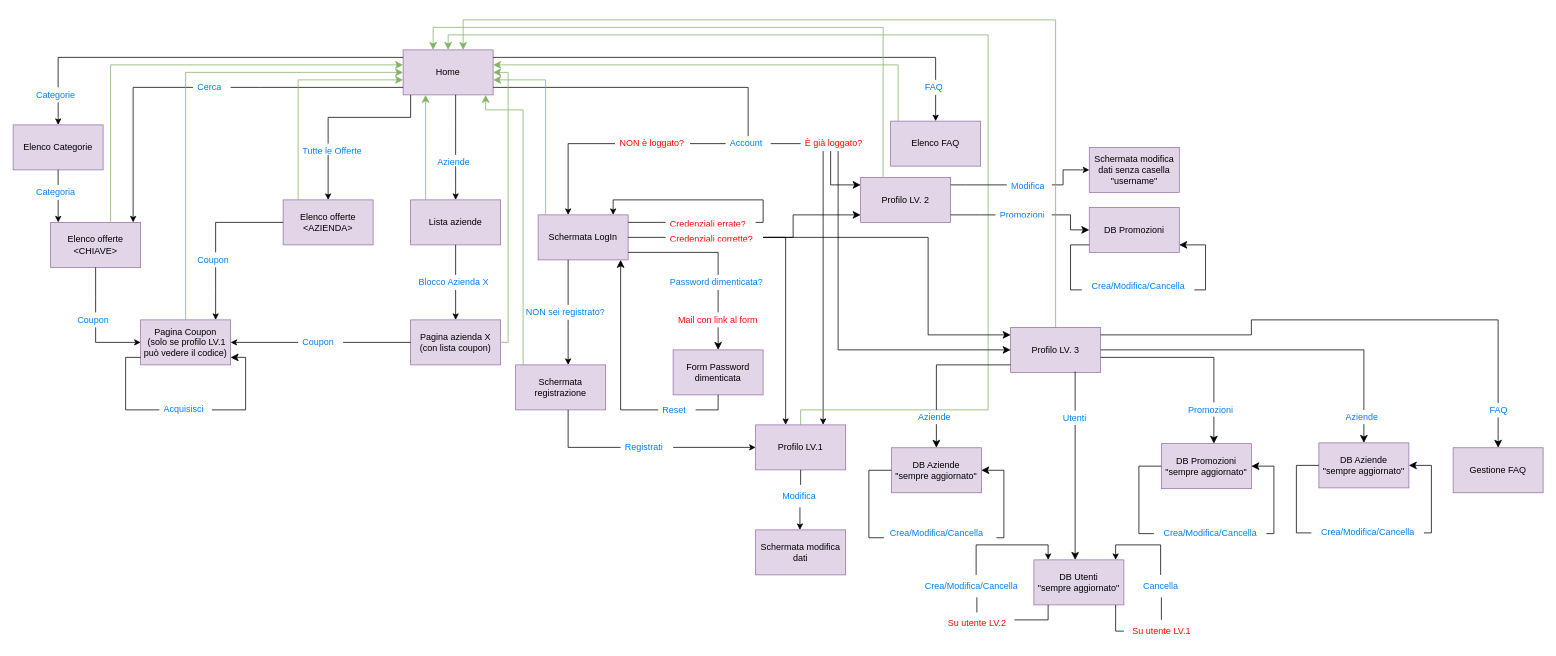
The draw.io diagram SchemaLinkTecWeb.drawio in lorenzozulli/progetto-tecnologie-web, before the edit. Source tidied: cells renumbered, new cells numbered last; positions are measured from the earlier drawing's top-left corner, leaving out a move shared by most shapes. Both pictures are drawn from the tidied source at 75%, with x=0, y=0 at pixel (13, 20).
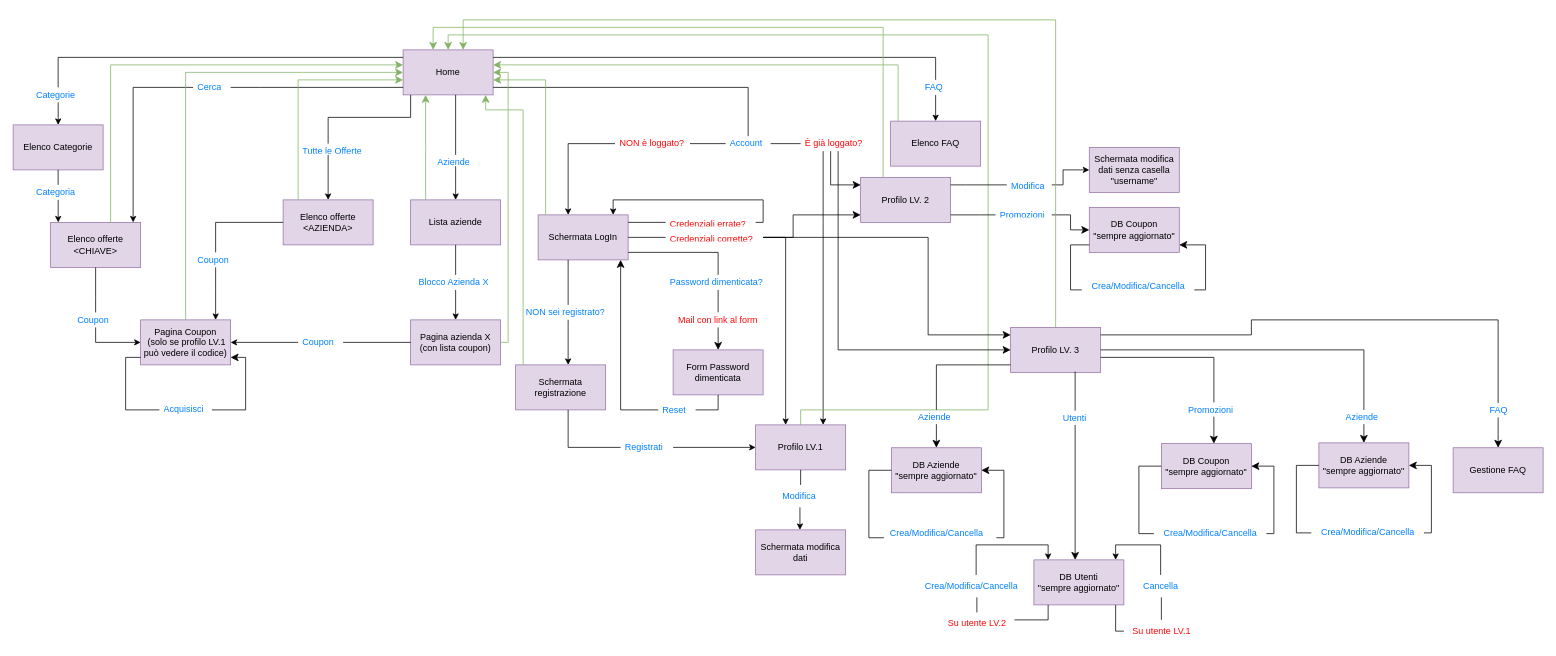
After the change.

Commit message (it also covers changes not shown here):
Aggiunto il DB, modificato lo schema dei link

Diff of the diagram source:
```diff
@@
-    <mxCell id="86" value="&lt;div&gt;DB Promozioni&lt;/div&gt;&lt;div&gt;&quot;sempre aggiornato&quot;&lt;br&gt;&lt;/div&gt;" style="rounded=0;whiteSpace=wrap;html=1;fillColor=#e1d5e7;strokeColor=#9673a6;" parent="1" vertex="1">
+    <mxCell id="86" value="&lt;div&gt;DB Coupon&lt;br&gt;&lt;/div&gt;&lt;div&gt;&quot;sempre aggiornato&quot;&lt;br&gt;&lt;/div&gt;" style="rounded=0;whiteSpace=wrap;html=1;fillColor=#e1d5e7;strokeColor=#9673a6;" parent="1" vertex="1">
       <mxGeometry x="1531" y="565" width="120" height="60" as="geometry" />
     </mxCell>
@@
-    <mxCell id="118" value="DB Promozioni" style="rounded=0;whiteSpace=wrap;html=1;fillColor=#e1d5e7;strokeColor=#9673a6;" parent="1" vertex="1">
+    <mxCell id="118" value="&lt;div&gt;DB Coupon&lt;br&gt;&lt;/div&gt;&lt;div&gt;&quot;sempre aggiornato&quot;&lt;br&gt;&lt;/div&gt;" style="rounded=0;whiteSpace=wrap;html=1;fillColor=#e1d5e7;strokeColor=#9673a6;" parent="1" vertex="1">
       <mxGeometry x="1434.9" y="250" width="120" height="60" as="geometry" />
     </mxCell>
```
